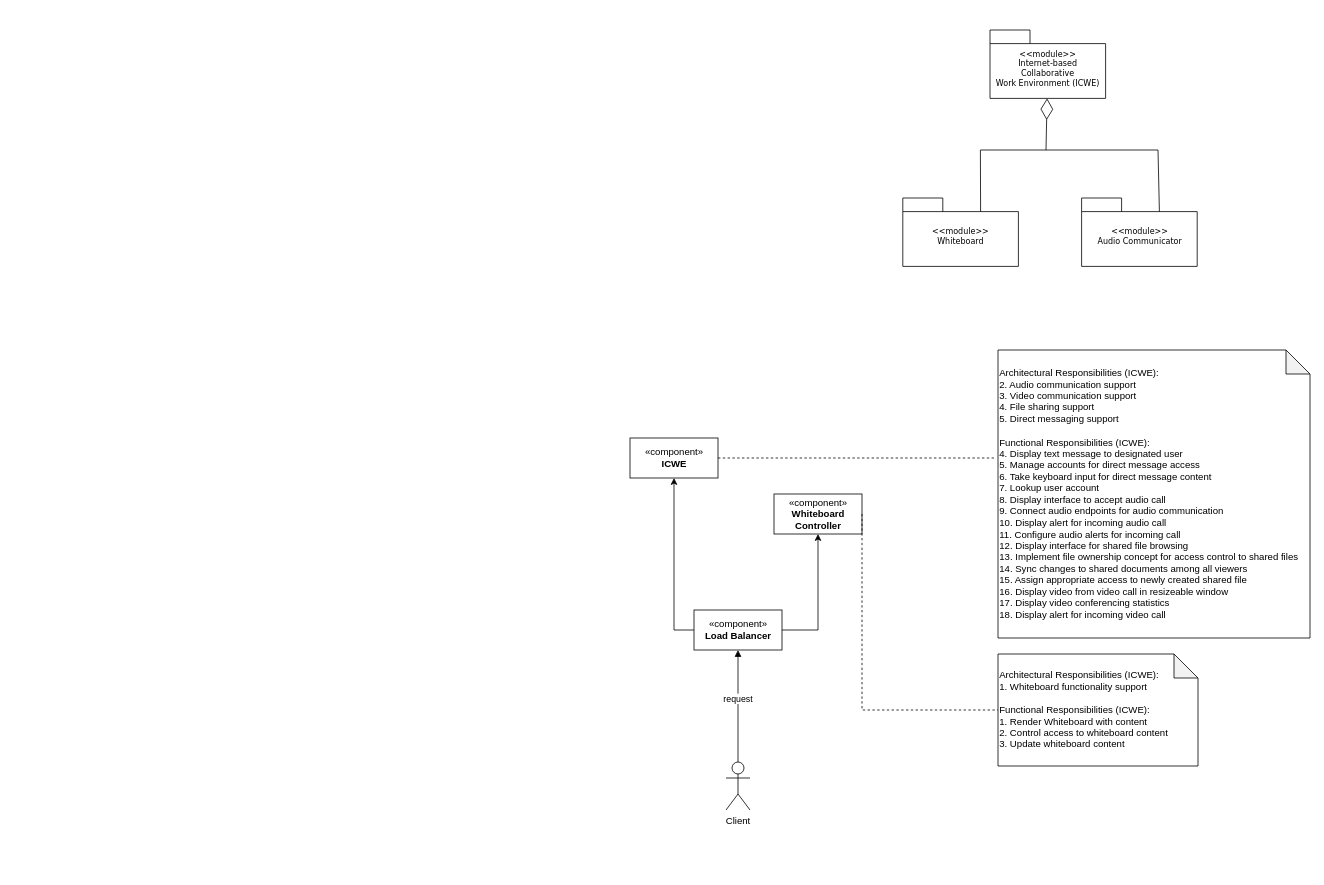
This is page "AD2_Audio" (3 of 6) of Project_Checkpoint_4.drawio from james-mcallister/diagrams, a draw.io file, before an edit. Source tidied: cells renumbered, new cells numbered last; positions are measured from the earlier drawing's top-left corner, leaving out a move shared by most shapes. Both pictures are drawn from the tidied source at 80%, with x=0, y=0 at pixel (630, 30).
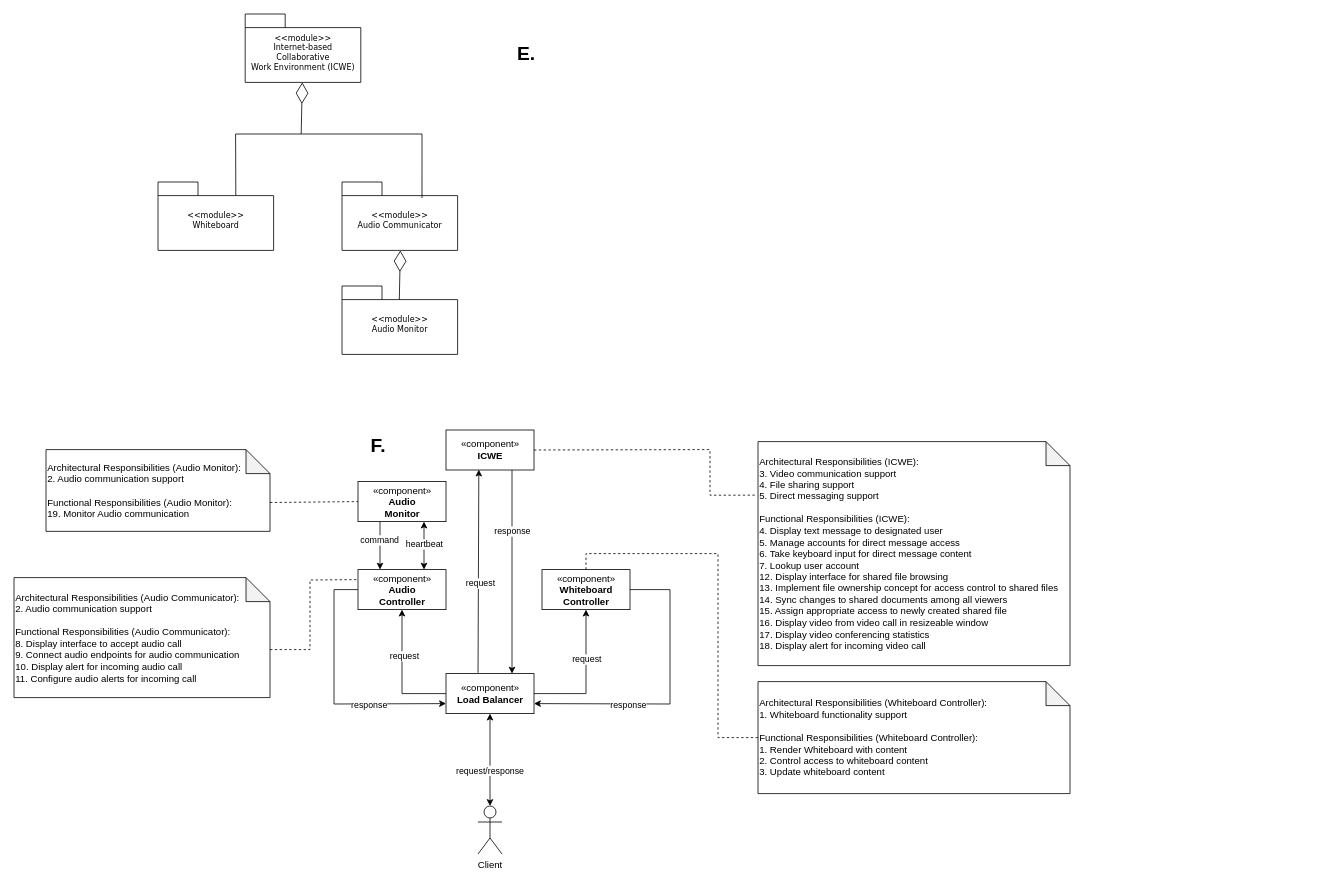
Above is the later version.

The change refers to these unchanged cells:
```xml
<mxCell id="3" value="&lt;span style=&quot;font-weight: normal;&quot;&gt;&amp;lt;&amp;lt;module&amp;gt;&amp;gt;&lt;br&gt;Internet-based &lt;br&gt;Collaborative &lt;br&gt;Work Environment (ICWE)&lt;/span&gt;" style="shape=folder;fontStyle=1;spacingTop=10;tabWidth=50;tabHeight=17;tabPosition=left;html=1;rounded=0;shadow=0;comic=0;labelBackgroundColor=none;strokeWidth=1;fontFamily=Verdana;fontSize=10;align=center;" parent="2" vertex="1">
  <mxGeometry width="144.5" height="85.5" as="geometry" />
</mxCell>
<mxCell id="9" value="&lt;span style=&quot;font-weight: normal;&quot;&gt;&amp;lt;&amp;lt;module&amp;gt;&amp;gt;&lt;br&gt;Whiteboard&lt;br&gt;&lt;/span&gt;" style="shape=folder;fontStyle=1;spacingTop=10;tabWidth=50;tabHeight=17;tabPosition=left;html=1;rounded=0;shadow=0;comic=0;labelBackgroundColor=none;strokeWidth=1;fontFamily=Verdana;fontSize=10;align=center;" parent="8" vertex="1">
  <mxGeometry width="144.5" height="85.5" as="geometry" />
</mxCell>
<mxCell id="19" value="&lt;span style=&quot;font-weight: normal;&quot;&gt;&amp;lt;&amp;lt;module&amp;gt;&amp;gt;&lt;br&gt;Audio Communicator&lt;br&gt;&lt;/span&gt;" style="shape=folder;fontStyle=1;spacingTop=10;tabWidth=50;tabHeight=17;tabPosition=left;html=1;rounded=0;shadow=0;comic=0;labelBackgroundColor=none;strokeWidth=1;fontFamily=Verdana;fontSize=10;align=center;" parent="18" vertex="1">
  <mxGeometry width="144.5" height="85.5" as="geometry" />
</mxCell>
```

Change to the diagram source:
```diff
@@
     <mxCell id="2" style="group;" parent="1" vertex="1">
-      <mxGeometry x="450" width="144.5" height="85.5" as="geometry" />
+      <mxGeometry x="-481" y="-20" width="144.5" height="85.5" as="geometry" />
     </mxCell>
@@
     <mxCell id="4" value="«component»&lt;br&gt;&lt;b&gt;ICWE&lt;/b&gt;" style="html=1;" parent="1" vertex="1">
-      <mxGeometry y="510" width="110" height="50" as="geometry" />
+      <mxGeometry x="-230" y="500" width="110" height="50" as="geometry" />
     </mxCell>
     <mxCell id="5" value="Client" style="shape=umlActor;verticalLabelPosition=bottom;verticalAlign=top;html=1;" parent="1" vertex="1">
-      <mxGeometry x="120" y="915" width="30" height="60" as="geometry" />
+      <mxGeometry x="-190" y="970" width="30" height="60" as="geometry" />
     </mxCell>
-    <mxCell id="6" value="request" style="html=1;verticalAlign=bottom;endArrow=block;rounded=0;exitX=0.5;exitY=0;exitDx=0;exitDy=0;exitPerimeter=0;entryX=0.5;entryY=1;entryDx=0;entryDy=0;" parent="1" edge="1" source="5">
-      <mxGeometry relative="1" as="geometry">
-        <mxPoint x="135" y="775" as="targetPoint" />
-      </mxGeometry>
-    </mxCell>
-    <mxCell id="7" value="Architectural Responsibilities (ICWE):&lt;br&gt;2. Audio communication support&lt;br&gt;3. Video communication support&lt;br&gt;4. File sharing support&lt;br&gt;5. Direct messaging support&lt;br&gt;&lt;br&gt;Functional Responsibilities (ICWE):&lt;br&gt;4. Display text message to designated user&lt;br&gt;5. Manage accounts for direct message access&lt;br&gt;6. Take keyboard input for direct message content&lt;br&gt;7. Lookup user account&lt;br&gt;8. Display interface to accept audio call&lt;br&gt;9. Connect audio endpoints for audio communication&lt;br&gt;10. Display alert for incoming audio call&lt;br&gt;11. Configure audio alerts for incoming call&lt;br&gt;12. Display interface for shared file browsing&lt;br&gt;13. Implement file ownership concept for access control to shared files&lt;br&gt;14. Sync changes to shared documents among all viewers&lt;br&gt;15. Assign appropriate access to newly created shared file&lt;br&gt;16. Display video from video call in resizeable window&lt;br&gt;17. Display video conferencing statistics&lt;br&gt;18. Display alert for incoming video call" style="shape=note;whiteSpace=wrap;html=1;backgroundOutline=1;darkOpacity=0.05;align=left;" parent="1" vertex="1">
-      <mxGeometry x="460" y="400" width="390" height="360" as="geometry" />
+    <mxCell id="7" value="Architectural Responsibilities (ICWE):&lt;br&gt;3. Video communication support&lt;br&gt;4. File sharing support&lt;br&gt;5. Direct messaging support&lt;br&gt;&lt;br&gt;Functional Responsibilities (ICWE):&lt;br&gt;4. Display text message to designated user&lt;br&gt;5. Manage accounts for direct message access&lt;br&gt;6. Take keyboard input for direct message content&lt;br&gt;7. Lookup user account&lt;br&gt;12. Display interface for shared file browsing&lt;br&gt;13. Implement file ownership concept for access control to shared files&lt;br&gt;14. Sync changes to shared documents among all viewers&lt;br&gt;15. Assign appropriate access to newly created shared file&lt;br&gt;16. Display video from video call in resizeable window&lt;br&gt;17. Display video conferencing statistics&lt;br&gt;18. Display alert for incoming video call" style="shape=note;whiteSpace=wrap;html=1;backgroundOutline=1;darkOpacity=0.05;align=left;" parent="1" vertex="1">
+      <mxGeometry x="160" y="514.5" width="390" height="280" as="geometry" />
     </mxCell>
     <mxCell id="8" style="group;" parent="1" vertex="1">
-      <mxGeometry x="341" y="210" width="144.5" height="85.5" as="geometry" />
+      <mxGeometry x="-590" y="190" width="144.5" height="85.5" as="geometry" />
     </mxCell>
@@
     <mxCell id="10" style="endArrow=diamondThin;endFill=0;endSize=24;html=1;rounded=0;" parent="1" edge="1" target="3">
       <mxGeometry relative="1" as="geometry">
-        <mxPoint x="520" y="150" as="sourcePoint" />
+        <mxPoint x="-411" y="130" as="sourcePoint" />
       </mxGeometry>
     </mxCell>
     <mxCell id="11" value="«component»&lt;br&gt;&lt;b&gt;Whiteboard&lt;br&gt;Controller&lt;/b&gt;" style="html=1;" parent="1" vertex="1">
-      <mxGeometry x="180" y="580" width="110" height="50" as="geometry" />
+      <mxGeometry x="-110" y="674.5" width="110" height="50" as="geometry" />
     </mxCell>
-    <mxCell id="12" value="Architectural Responsibilities (ICWE):&lt;br&gt;1. Whiteboard functionality support&lt;br&gt;&lt;br&gt;Functional Responsibilities (ICWE):&lt;br&gt;1. Render Whiteboard with content&lt;br&gt;2. Control access to whiteboard content&lt;br&gt;3. Update whiteboard content" style="shape=note;whiteSpace=wrap;html=1;backgroundOutline=1;darkOpacity=0.05;align=left;" parent="1" vertex="1">
-      <mxGeometry x="460" y="780" width="250" height="140" as="geometry" />
+    <mxCell id="12" value="Architectural Responsibilities (Whiteboard Controller):&lt;br&gt;1. Whiteboard functionality support&lt;br&gt;&lt;br&gt;Functional Responsibilities (Whiteboard Controller):&lt;br&gt;1. Render Whiteboard with content&lt;br&gt;2. Control access to whiteboard content&lt;br&gt;3. Update whiteboard content" style="shape=note;whiteSpace=wrap;html=1;backgroundOutline=1;darkOpacity=0.05;align=left;" parent="1" vertex="1">
+      <mxGeometry x="160" y="814.5" width="390" height="140" as="geometry" />
     </mxCell>
     <mxCell id="13" value="«component»&lt;br&gt;&lt;b&gt;Load Balancer&lt;/b&gt;" style="html=1;" parent="1" vertex="1">
-      <mxGeometry x="80" y="725" width="110" height="50" as="geometry" />
+      <mxGeometry x="-230" y="804.5" width="110" height="50" as="geometry" />
     </mxCell>
-    <mxCell id="14" style="endArrow=none;dashed=1;html=1;rounded=0;exitX=1;exitY=0.5;exitDx=0;exitDy=0;entryX=-0.013;entryY=0.375;entryDx=0;entryDy=0;entryPerimeter=0;" parent="1" edge="1" source="4" target="7">
-      <mxGeometry relative="1" as="geometry" />
-    </mxCell>
-    <mxCell id="15" style="endArrow=none;dashed=1;html=1;rounded=0;exitX=1;exitY=0.5;exitDx=0;exitDy=0;entryX=0;entryY=0.5;entryDx=0;entryDy=0;entryPerimeter=0;" parent="1" edge="1" source="11" target="12">
-      <mxGeometry relative="1" as="geometry">
-        <Array as="points">
-          <mxPoint x="290" y="850" />
-        </Array>
-      </mxGeometry>
-    </mxCell>
-    <mxCell id="16" style="endArrow=classic;html=1;rounded=0;exitX=0;exitY=0.5;exitDx=0;exitDy=0;entryX=0.5;entryY=1;entryDx=0;entryDy=0;" parent="1" edge="1" source="13" target="4">
-      <mxGeometry relative="1" as="geometry">
-        <Array as="points">
-          <mxPoint x="55" y="750" />
-        </Array>
-      </mxGeometry>
-    </mxCell>
-    <mxCell id="17" style="endArrow=classic;html=1;rounded=0;exitX=1;exitY=0.5;exitDx=0;exitDy=0;entryX=0.5;entryY=1;entryDx=0;entryDy=0;" parent="1" edge="1" source="13" target="11">
-      <mxGeometry relative="1" as="geometry">
-        <Array as="points">
-          <mxPoint x="235" y="750" />
-        </Array>
-      </mxGeometry>
-    </mxCell>
     <mxCell id="18" style="group;" parent="1" vertex="1">
-      <mxGeometry x="564.5" y="210" width="144.5" height="85.5" as="geometry" />
+      <mxGeometry x="-360" y="190" width="144.5" height="85.5" as="geometry" />
     </mxCell>
@@
     <mxCell id="20" style="endArrow=none;html=1;rounded=0;exitX=0;exitY=0;exitDx=97.25;exitDy=17;exitPerimeter=0;" parent="1" edge="1" source="9">
       <mxGeometry relative="1" as="geometry">
-        <mxPoint x="520" y="150" as="targetPoint" />
+        <mxPoint x="-411" y="130" as="targetPoint" />
         <Array as="points">
-          <mxPoint x="438" y="150" />
+          <mxPoint x="-493" y="130" />
         </Array>
       </mxGeometry>
     </mxCell>
-    <mxCell id="21" style="endArrow=none;html=1;rounded=0;exitX=0;exitY=0;exitDx=97.25;exitDy=17;exitPerimeter=0;" parent="1" edge="1" source="19">
+    <mxCell id="21" style="endArrow=none;html=1;rounded=0;exitX=0.692;exitY=0.234;exitDx=0;exitDy=0;exitPerimeter=0;" parent="1" edge="1" source="19">
       <mxGeometry relative="1" as="geometry">
-        <mxPoint x="520" y="150" as="targetPoint" />
+        <mxPoint x="-411" y="130" as="targetPoint" />
         <Array as="points">
-          <mxPoint x="660" y="150" />
+          <mxPoint x="-260" y="130" />
         </Array>
       </mxGeometry>
     </mxCell>
+    <mxCell id="22" value="Architectural Responsibilities (Audio Communicator):&lt;br&gt;2. Audio communication support&lt;br&gt;&lt;br&gt;Functional Responsibilities (Audio Communicator):&lt;br&gt;8. Display interface to accept audio call&lt;br&gt;9. Connect audio endpoints for audio communication&lt;br&gt;10. Display alert for incoming audio call&lt;br&gt;11. Configure audio alerts for incoming call" style="shape=note;whiteSpace=wrap;html=1;backgroundOutline=1;darkOpacity=0.05;align=left;" parent="1" vertex="1">
+      <mxGeometry x="-770" y="684.5" width="320" height="150" as="geometry" />
+    </mxCell>
+    <mxCell id="23" value="«component»&lt;br&gt;&lt;b&gt;Audio&lt;br&gt;Controller&lt;/b&gt;" style="html=1;" parent="1" vertex="1">
+      <mxGeometry x="-340" y="674.5" width="110" height="50" as="geometry" />
+    </mxCell>
+    <mxCell id="24" style="endArrow=classic;html=1;rounded=0;exitX=0;exitY=0.5;exitDx=0;exitDy=0;entryX=0.5;entryY=1;entryDx=0;entryDy=0;" parent="1" edge="1" source="13" target="23">
+      <mxGeometry relative="1" as="geometry">
+        <Array as="points">
+          <mxPoint x="-285" y="829.5" />
+        </Array>
+      </mxGeometry>
+    </mxCell>
+    <mxCell id="25" value="request" style="edgeLabel;html=1;align=center;verticalAlign=middle;" parent="24" vertex="1">
+      <mxGeometry x="0.28" y="-2" relative="1" as="geometry" />
+    </mxCell>
+    <mxCell id="17" style="endArrow=classic;html=1;rounded=0;entryX=0.5;entryY=1;entryDx=0;entryDy=0;exitX=1;exitY=0.5;exitDx=0;exitDy=0;" parent="1" edge="1" source="13" target="11">
+      <mxGeometry relative="1" as="geometry">
+        <Array as="points">
+          <mxPoint x="-55" y="829.5" />
+        </Array>
+      </mxGeometry>
+    </mxCell>
+    <mxCell id="26" value="request" style="edgeLabel;html=1;align=center;verticalAlign=middle;" parent="17" vertex="1">
+      <mxGeometry x="0.27" relative="1" as="geometry" />
+    </mxCell>
+    <mxCell id="16" style="endArrow=classic;html=1;rounded=0;exitX=0.364;exitY=-0.02;exitDx=0;exitDy=0;entryX=0.373;entryY=0.99;entryDx=0;entryDy=0;exitPerimeter=0;entryPerimeter=0;" parent="1" edge="1" source="13" target="4">
+      <mxGeometry relative="1" as="geometry" />
+    </mxCell>
+    <mxCell id="27" value="request" style="edgeLabel;html=1;align=center;verticalAlign=middle;" parent="16" vertex="1">
+      <mxGeometry x="-0.12" y="-2" relative="1" as="geometry" />
+    </mxCell>
+    <mxCell id="28" style="endArrow=classic;html=1;rounded=0;exitX=0;exitY=0.5;exitDx=0;exitDy=0;entryX=0;entryY=0.75;entryDx=0;entryDy=0;" parent="1" edge="1" source="23" target="13">
+      <mxGeometry relative="1" as="geometry">
+        <Array as="points">
+          <mxPoint x="-370" y="699.5" />
+          <mxPoint x="-370" y="842.5" />
+        </Array>
+      </mxGeometry>
+    </mxCell>
+    <mxCell id="29" value="response" style="edgeLabel;html=1;align=center;verticalAlign=middle;" parent="28" vertex="1">
+      <mxGeometry x="0.38" y="-1" relative="1" as="geometry" />
+    </mxCell>
+    <mxCell id="30" style="endArrow=classic;html=1;rounded=0;exitX=1;exitY=0.5;exitDx=0;exitDy=0;entryX=1;entryY=0.75;entryDx=0;entryDy=0;" parent="1" edge="1" source="11" target="13">
+      <mxGeometry relative="1" as="geometry">
+        <Array as="points">
+          <mxPoint x="50" y="699.5" />
+          <mxPoint x="50" y="842.5" />
+        </Array>
+      </mxGeometry>
+    </mxCell>
+    <mxCell id="31" value="response" style="edgeLabel;html=1;align=center;verticalAlign=middle;" parent="30" vertex="1">
+      <mxGeometry x="0.35" y="1" relative="1" as="geometry" />
+    </mxCell>
+    <mxCell id="32" value="«component»&lt;br&gt;&lt;b&gt;Audio&lt;br&gt;Monitor&lt;/b&gt;" style="html=1;" parent="1" vertex="1">
+      <mxGeometry x="-340" y="564.5" width="110" height="50" as="geometry" />
+    </mxCell>
+    <mxCell id="33" style="endArrow=classic;html=1;rounded=0;exitX=0.25;exitY=1;exitDx=0;exitDy=0;entryX=0.25;entryY=0;entryDx=0;entryDy=0;" parent="1" edge="1" source="32" target="23">
+      <mxGeometry relative="1" as="geometry" />
+    </mxCell>
+    <mxCell id="34" value="command" style="edgeLabel;html=1;align=center;verticalAlign=middle;" parent="33" vertex="1">
+      <mxGeometry x="-0.23" y="-1" relative="1" as="geometry" />
+    </mxCell>
+    <mxCell id="35" style="endArrow=classic;startArrow=classic;html=1;rounded=0;entryX=0.75;entryY=1;entryDx=0;entryDy=0;exitX=0.75;exitY=0;exitDx=0;exitDy=0;" parent="1" edge="1" source="23" target="32">
+      <mxGeometry relative="1" as="geometry" />
+    </mxCell>
+    <mxCell id="36" value="heartbeat" style="edgeLabel;html=1;align=center;verticalAlign=middle;" parent="35" vertex="1">
+      <mxGeometry x="0.07" y="1" relative="1" as="geometry">
+        <mxPoint x="1" as="offset" />
+      </mxGeometry>
+    </mxCell>
+    <mxCell id="37" style="endArrow=diamondThin;endFill=0;endSize=24;html=1;rounded=0;" parent="1" edge="1">
+      <mxGeometry relative="1" as="geometry">
+        <mxPoint x="-288.4" y="340" as="sourcePoint" />
+        <mxPoint x="-287.1" y="275.5" as="targetPoint" />
+      </mxGeometry>
+    </mxCell>
+    <mxCell id="38" style="group;" parent="1" vertex="1">
+      <mxGeometry x="-360" y="320" width="144.5" height="85.5" as="geometry" />
+    </mxCell>
+    <mxCell id="39" value="&lt;span style=&quot;font-weight: normal;&quot;&gt;&amp;lt;&amp;lt;module&amp;gt;&amp;gt;&lt;br&gt;Audio Monitor&lt;br&gt;&lt;/span&gt;" style="shape=folder;fontStyle=1;spacingTop=10;tabWidth=50;tabHeight=17;tabPosition=left;html=1;rounded=0;shadow=0;comic=0;labelBackgroundColor=none;strokeWidth=1;fontFamily=Verdana;fontSize=10;align=center;" parent="38" vertex="1">
+      <mxGeometry width="144.5" height="85.5" as="geometry" />
+    </mxCell>
+    <mxCell id="40" value="Architectural Responsibilities (Audio Monitor):&lt;br&gt;2. Audio communication support&lt;br&gt;&lt;br&gt;Functional Responsibilities (Audio Monitor):&lt;br&gt;19. Monitor Audio communication" style="shape=note;whiteSpace=wrap;html=1;backgroundOutline=1;darkOpacity=0.05;align=left;" parent="1" vertex="1">
+      <mxGeometry x="-730" y="524.5" width="280" height="102.2" as="geometry" />
+    </mxCell>
+    <mxCell id="41" style="endArrow=none;dashed=1;html=1;rounded=0;exitX=0;exitY=0;exitDx=280;exitDy=66.125;exitPerimeter=0;entryX=0;entryY=0.5;entryDx=0;entryDy=0;" parent="1" edge="1" source="40" target="32">
+      <mxGeometry relative="1" as="geometry" />
+    </mxCell>
+    <mxCell id="14" style="endArrow=none;dashed=1;html=1;rounded=0;entryX=-0.01;entryY=0.239;entryDx=0;entryDy=0;entryPerimeter=0;exitX=1;exitY=0.5;exitDx=0;exitDy=0;" parent="1" edge="1" source="4" target="7">
+      <mxGeometry relative="1" as="geometry">
+        <Array as="points">
+          <mxPoint x="100" y="524.5" />
+          <mxPoint x="100" y="581.5" />
+        </Array>
+      </mxGeometry>
+    </mxCell>
+    <mxCell id="15" style="endArrow=none;dashed=1;html=1;rounded=0;exitX=0.5;exitY=0;exitDx=0;exitDy=0;entryX=0;entryY=0.5;entryDx=0;entryDy=0;entryPerimeter=0;" parent="1" edge="1" source="11" target="12">
+      <mxGeometry relative="1" as="geometry">
+        <Array as="points">
+          <mxPoint x="-55" y="654.5" />
+          <mxPoint x="110" y="654.5" />
+          <mxPoint x="110" y="884.5" />
+        </Array>
+      </mxGeometry>
+    </mxCell>
+    <mxCell id="42" style="endArrow=none;dashed=1;html=1;rounded=0;exitX=0;exitY=0;exitDx=320;exitDy=90;exitPerimeter=0;entryX=0;entryY=0.25;entryDx=0;entryDy=0;" parent="1" edge="1" source="22" target="23">
+      <mxGeometry relative="1" as="geometry">
+        <Array as="points">
+          <mxPoint x="-400" y="774.5" />
+          <mxPoint x="-400" y="687.5" />
+        </Array>
+      </mxGeometry>
+    </mxCell>
+    <mxCell id="43" style="endArrow=classic;html=1;rounded=0;exitX=0.75;exitY=1;exitDx=0;exitDy=0;entryX=0.75;entryY=0;entryDx=0;entryDy=0;" parent="1" edge="1" source="4" target="13">
+      <mxGeometry relative="1" as="geometry" />
+    </mxCell>
+    <mxCell id="44" value="response" style="edgeLabel;html=1;align=center;verticalAlign=middle;" parent="43" vertex="1">
+      <mxGeometry x="-0.4" relative="1" as="geometry" />
+    </mxCell>
+    <mxCell id="45" style="endArrow=classic;startArrow=classic;html=1;rounded=0;entryX=0.5;entryY=1;entryDx=0;entryDy=0;exitX=0.5;exitY=0;exitDx=0;exitDy=0;exitPerimeter=0;" parent="1" edge="1" source="5">
+      <mxGeometry relative="1" as="geometry">
+        <mxPoint x="-175" y="854.5" as="targetPoint" />
+      </mxGeometry>
+    </mxCell>
+    <mxCell id="46" value="request/response" style="edgeLabel;html=1;align=center;verticalAlign=middle;" parent="45" vertex="1">
+      <mxGeometry x="-0.22" y="1" relative="1" as="geometry" />
+    </mxCell>
+    <mxCell id="47" value="E." style="text;strokeColor=none;fillColor=none;html=1;fontSize=24;fontStyle=1;verticalAlign=middle;align=center;" parent="1" vertex="1">
+      <mxGeometry x="-180" y="10" width="100" height="40" as="geometry" />
+    </mxCell>
+    <mxCell id="48" value="F." style="text;strokeColor=none;fillColor=none;html=1;fontSize=24;fontStyle=1;verticalAlign=middle;align=center;" parent="1" vertex="1">
+      <mxGeometry x="-365" y="500" width="100" height="40" as="geometry" />
+    </mxCell>
```
